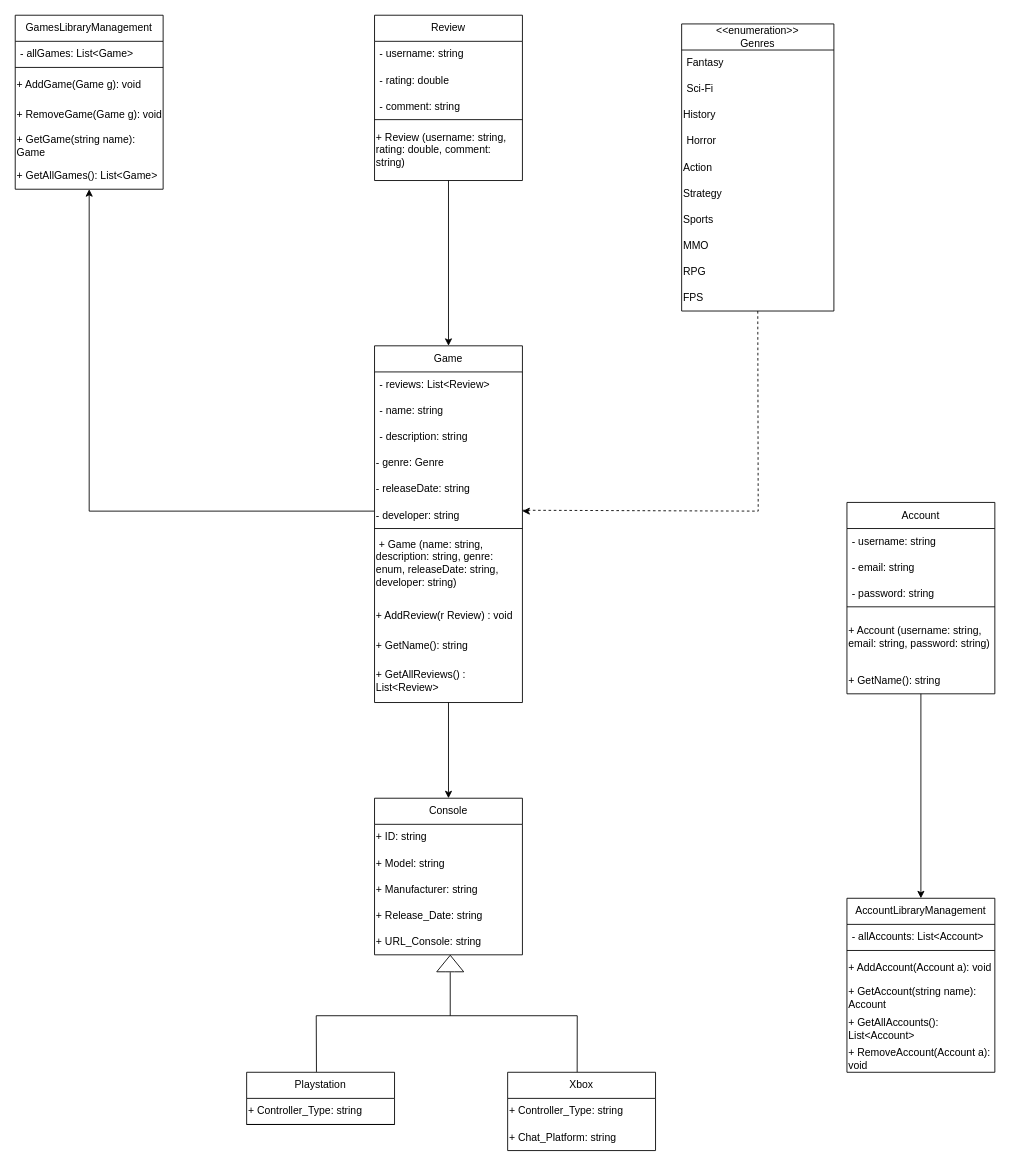
Before: Class Diagram - Hristo Ganchev.drawio in TanzerDx/Playrate, a draw.io diagram. Source tidied: cells renumbered, new cells numbered last; positions are measured from the earlier drawing's top-left corner, leaving out a move shared by most shapes. Both pictures are drawn from the tidied source at 87%, with x=0, y=0 at pixel (15, 15).
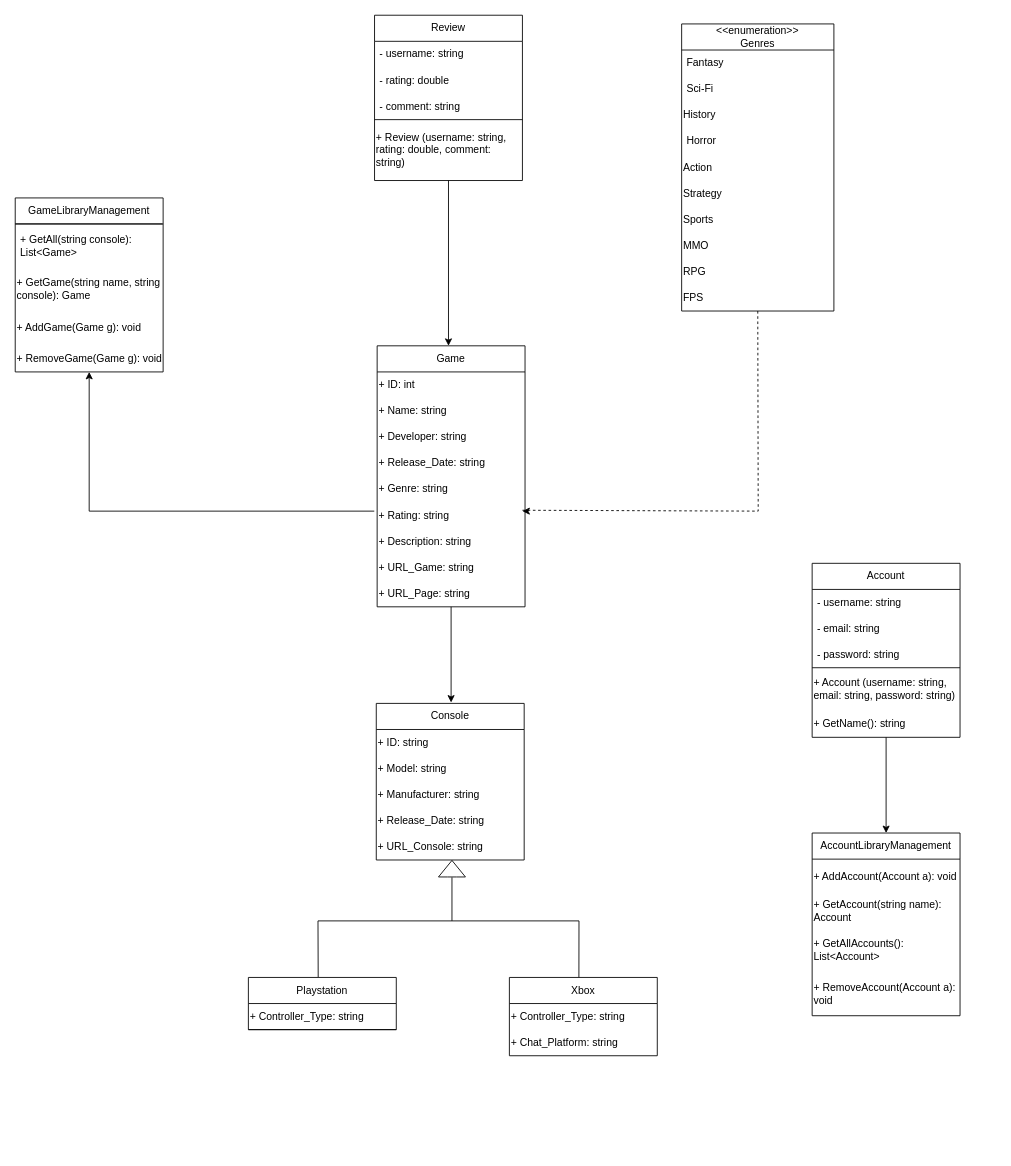
Above is the later version.

Diff of the diagram source:
```diff
@@
-    <mxCell id="2" value="Game" style="swimlane;fontStyle=0;horizontal=1;startSize=30;whiteSpace=wrap;html=1;" parent="1" vertex="1">
-      <mxGeometry x="413" y="380" width="170" height="410" as="geometry" />
-    </mxCell>
-    <mxCell id="3" value="- reviews: List&amp;lt;Review&amp;gt;&amp;nbsp;" style="text;strokeColor=none;fillColor=none;align=left;verticalAlign=middle;spacingLeft=4;spacingRight=4;overflow=hidden;whiteSpace=wrap;html=1;" parent="2" vertex="1">
-      <mxGeometry y="30" width="170" height="30" as="geometry" />
-    </mxCell>
-    <mxCell id="4" value="- name: string" style="text;strokeColor=none;fillColor=none;align=left;verticalAlign=middle;spacingLeft=4;spacingRight=4;overflow=hidden;whiteSpace=wrap;html=1;" parent="2" vertex="1">
-      <mxGeometry y="60" width="170" height="30" as="geometry" />
-    </mxCell>
-    <mxCell id="5" value="- description: string" style="text;strokeColor=none;fillColor=none;align=left;verticalAlign=middle;spacingLeft=4;spacingRight=4;overflow=hidden;whiteSpace=wrap;html=1;" parent="2" vertex="1">
-      <mxGeometry y="90" width="170" height="30" as="geometry" />
-    </mxCell>
-    <mxCell id="6" value="- genre: Genre" style="text;html=1;strokeColor=none;fillColor=none;align=left;verticalAlign=middle;whiteSpace=wrap;rounded=0;" parent="2" vertex="1">
-      <mxGeometry y="120" width="170" height="30" as="geometry" />
-    </mxCell>
-    <mxCell id="7" value="- releaseDate: string" style="text;html=1;strokeColor=none;fillColor=none;align=left;verticalAlign=middle;whiteSpace=wrap;rounded=0;" parent="2" vertex="1">
-      <mxGeometry y="150" width="170" height="30" as="geometry" />
-    </mxCell>
-    <mxCell id="8" value="- developer: string" style="text;html=1;strokeColor=none;fillColor=none;align=left;verticalAlign=middle;whiteSpace=wrap;rounded=0;" parent="2" vertex="1">
-      <mxGeometry y="180" width="170" height="30" as="geometry" />
-    </mxCell>
-    <mxCell id="9" style="endArrow=none;html=1;rounded=0;entryX=1;entryY=0;entryDx=0;entryDy=0;exitX=0;exitY=0;exitDx=0;exitDy=0;" parent="2" edge="1" source="10" target="10">
-      <mxGeometry relative="1" as="geometry" />
-    </mxCell>
-    <mxCell id="10" value="&amp;nbsp;+ Game (name: string, description: string, genre: enum, releaseDate: string, developer: string)" style="text;html=1;strokeColor=none;fillColor=none;align=left;verticalAlign=middle;whiteSpace=wrap;rounded=0;" parent="2" vertex="1">
-      <mxGeometry y="210" width="170" height="80" as="geometry" />
-    </mxCell>
-    <mxCell id="11" value="+ AddReview(r Review) : void" style="text;html=1;strokeColor=none;fillColor=none;align=left;verticalAlign=middle;whiteSpace=wrap;rounded=0;" parent="2" vertex="1">
-      <mxGeometry y="290" width="170" height="40" as="geometry" />
-    </mxCell>
-    <mxCell id="12" value="+ GetName(): string" style="text;html=1;strokeColor=none;fillColor=none;align=left;verticalAlign=middle;whiteSpace=wrap;rounded=0;" parent="2" vertex="1">
-      <mxGeometry y="330" width="170" height="30" as="geometry" />
-    </mxCell>
-    <mxCell id="13" value="+ GetAllReviews() : List&amp;lt;Review&amp;gt;" style="text;html=1;strokeColor=none;fillColor=none;align=left;verticalAlign=middle;whiteSpace=wrap;rounded=0;" parent="2" vertex="1">
-      <mxGeometry y="360" width="170" height="50" as="geometry" />
-    </mxCell>
@@
     <mxCell id="20" value="AccountLibraryManagement" style="swimlane;fontStyle=0;horizontal=1;startSize=30;whiteSpace=wrap;html=1;" parent="1" vertex="1">
-      <mxGeometry x="956" y="1015" width="170" height="200" as="geometry" />
+      <mxGeometry x="916" y="940" width="170" height="210" as="geometry" />
     </mxCell>
-    <mxCell id="21" style="endArrow=none;html=1;rounded=0;exitX=0;exitY=0;exitDx=0;exitDy=0;entryX=1;entryY=0;entryDx=0;entryDy=0;" parent="20" edge="1">
-      <mxGeometry relative="1" as="geometry">
-        <mxPoint y="60" as="sourcePoint" />
-        <mxPoint x="170" y="60" as="targetPoint" />
-      </mxGeometry>
-    </mxCell>
-    <mxCell id="22" value="- allAccounts: List&amp;lt;Account&amp;gt;" style="text;strokeColor=none;fillColor=none;align=left;verticalAlign=middle;spacingLeft=4;spacingRight=4;overflow=hidden;whiteSpace=wrap;html=1;" parent="20" vertex="1">
-      <mxGeometry y="30" width="170" height="30" as="geometry" />
-    </mxCell>
     <mxCell id="23" value="+ AddAccount(Account a): void" style="text;html=1;strokeColor=none;fillColor=none;align=left;verticalAlign=middle;whiteSpace=wrap;rounded=0;" parent="20" vertex="1">
-      <mxGeometry y="60" width="170" height="40" as="geometry" />
+      <mxGeometry y="30" width="170" height="40" as="geometry" />
     </mxCell>
     <mxCell id="24" value="+ GetAccount(string name): Account" style="text;html=1;strokeColor=none;fillColor=none;align=left;verticalAlign=middle;whiteSpace=wrap;rounded=0;" parent="20" vertex="1">
-      <mxGeometry y="100" width="170" height="30" as="geometry" />
+      <mxGeometry y="70" width="170" height="40" as="geometry" />
     </mxCell>
     <mxCell id="25" value="+ GetAllAccounts(): List&amp;lt;Account&amp;gt;" style="text;html=1;strokeColor=none;fillColor=none;align=left;verticalAlign=middle;whiteSpace=wrap;rounded=0;" parent="20" vertex="1">
-      <mxGeometry y="130" width="170" height="40" as="geometry" />
+      <mxGeometry y="110" width="170" height="50" as="geometry" />
     </mxCell>
     <mxCell id="26" value="+ RemoveAccount(Account a): void" style="text;html=1;strokeColor=none;fillColor=none;align=left;verticalAlign=middle;whiteSpace=wrap;rounded=0;" parent="20" vertex="1">
-      <mxGeometry y="170" width="170" height="30" as="geometry" />
+      <mxGeometry y="160" width="170" height="50" as="geometry" />
     </mxCell>
@@
     <mxCell id="41" value="Console" style="swimlane;fontStyle=0;horizontal=1;startSize=30;whiteSpace=wrap;html=1;" parent="1" vertex="1">
-      <mxGeometry x="413" y="900" width="170" height="180" as="geometry" />
+      <mxGeometry x="415" y="791" width="170" height="180" as="geometry" />
     </mxCell>
@@
-    <mxCell id="47" value="GamesLibraryManagement" style="swimlane;fontStyle=0;horizontal=1;startSize=30;whiteSpace=wrap;html=1;" parent="1" vertex="1">
-      <mxGeometry width="170" height="200" as="geometry" />
+    <mxCell id="47" value="GameLibraryManagement" style="swimlane;fontStyle=0;horizontal=1;startSize=30;whiteSpace=wrap;html=1;" parent="1" vertex="1">
+      <mxGeometry y="210" width="170" height="200" as="geometry" />
     </mxCell>
-    <mxCell id="48" style="endArrow=none;html=1;rounded=0;exitX=0;exitY=0;exitDx=0;exitDy=0;entryX=1;entryY=0;entryDx=0;entryDy=0;" parent="47" edge="1" source="50" target="50">
-      <mxGeometry relative="1" as="geometry" />
-    </mxCell>
+    <mxCell id="73" style="endArrow=none;html=1;rounded=0;entryX=0.996;entryY=-0.003;entryDx=0;entryDy=0;entryPerimeter=0;exitX=0.001;exitY=-0.004;exitDx=0;exitDy=0;exitPerimeter=0;" parent="47" edge="1" source="49" target="49">
+      <mxGeometry relative="1" as="geometry" />
+    </mxCell>
-    <mxCell id="49" value="- allGames: List&amp;lt;Game&amp;gt;" style="text;strokeColor=none;fillColor=none;align=left;verticalAlign=middle;spacingLeft=4;spacingRight=4;overflow=hidden;points=[[0,0.5],[1,0.5]];portConstraint=eastwest;whiteSpace=wrap;html=1;" parent="47" vertex="1">
-      <mxGeometry y="30" width="170" height="30" as="geometry" />
+    <mxCell id="49" value="+ GetAll(string console): List&amp;lt;Game&amp;gt;" style="text;strokeColor=none;fillColor=none;align=left;verticalAlign=middle;spacingLeft=4;spacingRight=4;overflow=hidden;points=[[0,0.5],[1,0.5]];portConstraint=eastwest;whiteSpace=wrap;html=1;" parent="47" vertex="1">
+      <mxGeometry y="30" width="170" height="50" as="geometry" />
     </mxCell>
+    <mxCell id="52" value="+ GetGame(string name, string console): Game" style="text;html=1;strokeColor=none;fillColor=none;align=left;verticalAlign=middle;whiteSpace=wrap;rounded=0;" parent="47" vertex="1">
+      <mxGeometry y="80" width="170" height="50" as="geometry" />
+    </mxCell>
     <mxCell id="50" value="+ AddGame(Game g): void" style="text;html=1;strokeColor=none;fillColor=none;align=left;verticalAlign=middle;whiteSpace=wrap;rounded=0;" parent="47" vertex="1">
-      <mxGeometry y="60" width="170" height="40" as="geometry" />
+      <mxGeometry y="130" width="170" height="40" as="geometry" />
     </mxCell>
     <mxCell id="51" value="+ RemoveGame(Game g): void" style="text;html=1;strokeColor=none;fillColor=none;align=left;verticalAlign=middle;whiteSpace=wrap;rounded=0;" parent="47" vertex="1">
-      <mxGeometry y="100" width="170" height="30" as="geometry" />
+      <mxGeometry y="170" width="170" height="30" as="geometry" />
     </mxCell>
-    <mxCell id="52" value="+ GetGame(string name): Game" style="text;html=1;strokeColor=none;fillColor=none;align=left;verticalAlign=middle;whiteSpace=wrap;rounded=0;" parent="47" vertex="1">
-      <mxGeometry y="130" width="170" height="40" as="geometry" />
-    </mxCell>
-    <mxCell id="53" value="+ GetAllGames(): List&amp;lt;Game&amp;gt;" style="text;html=1;strokeColor=none;fillColor=none;align=left;verticalAlign=middle;whiteSpace=wrap;rounded=0;" parent="47" vertex="1">
-      <mxGeometry y="170" width="170" height="30" as="geometry" />
-    </mxCell>
     <mxCell id="54" value="Account" style="swimlane;fontStyle=0;horizontal=1;startSize=30;whiteSpace=wrap;html=1;" parent="1" vertex="1">
-      <mxGeometry x="956" y="560" width="170" height="220" as="geometry" />
+      <mxGeometry x="916" y="630" width="170" height="200" as="geometry" />
     </mxCell>
@@
     <mxCell id="59" value="+ Account (username: string, email: string, password: string)&amp;nbsp;" style="text;html=1;strokeColor=none;fillColor=none;align=left;verticalAlign=middle;whiteSpace=wrap;rounded=0;" parent="54" vertex="1">
-      <mxGeometry y="120" width="170" height="70" as="geometry" />
+      <mxGeometry y="120" width="170" height="50" as="geometry" />
     </mxCell>
     <mxCell id="60" value="+ GetName(): string" style="text;html=1;strokeColor=none;fillColor=none;align=left;verticalAlign=middle;whiteSpace=wrap;rounded=0;" parent="54" vertex="1">
-      <mxGeometry y="190" width="170" height="30" as="geometry" />
+      <mxGeometry y="170" width="170" height="30" as="geometry" />
     </mxCell>
-    <mxCell id="61" style="endArrow=classic;html=1;rounded=0;exitX=-0.002;exitY=0.333;exitDx=0;exitDy=0;entryX=0.5;entryY=1;entryDx=0;entryDy=0;exitPerimeter=0;" parent="1" edge="1" source="8" target="53">
+    <mxCell id="61" style="endArrow=classic;html=1;rounded=0;exitX=-0.002;exitY=0.333;exitDx=0;exitDy=0;entryX=0.5;entryY=1;entryDx=0;entryDy=0;exitPerimeter=0;" parent="1" edge="1" target="51">
       <mxGeometry relative="1" as="geometry">
+        <mxPoint x="412.7" y="570" as="sourcePoint" />
         <Array as="points">
           <mxPoint x="85" y="570" />
         </Array>
       </mxGeometry>
     </mxCell>
@@
     <mxCell id="63" style="shape=flexArrow;endArrow=classic;html=1;rounded=0;entryX=0.5;entryY=1;entryDx=0;entryDy=0;" parent="1" edge="1">
       <mxGeometry relative="1" as="geometry">
-        <mxPoint x="500" y="1100" as="sourcePoint" />
-        <mxPoint x="500" y="1080" as="targetPoint" />
+        <mxPoint x="502" y="991" as="sourcePoint" />
+        <mxPoint x="502" y="971" as="targetPoint" />
       </mxGeometry>
     </mxCell>
     <mxCell id="64" style="endArrow=none;html=1;rounded=0;" parent="1" edge="1">
       <mxGeometry relative="1" as="geometry">
-        <mxPoint x="500" y="1150" as="sourcePoint" />
-        <mxPoint x="500" y="1100" as="targetPoint" />
+        <mxPoint x="502" y="1041" as="sourcePoint" />
+        <mxPoint x="502" y="991" as="targetPoint" />
       </mxGeometry>
     </mxCell>
     <mxCell id="65" style="endArrow=none;html=1;rounded=0;entryX=0.472;entryY=-0.007;entryDx=0;entryDy=0;entryPerimeter=0;exitX=0.47;exitY=-0.002;exitDx=0;exitDy=0;exitPerimeter=0;" parent="1" edge="1" source="69" target="66">
       <mxGeometry relative="1" as="geometry">
         <Array as="points">
-          <mxPoint x="646" y="1150" />
-          <mxPoint x="346" y="1150" />
+          <mxPoint x="648" y="1041" />
+          <mxPoint x="348" y="1041" />
         </Array>
       </mxGeometry>
     </mxCell>
     <mxCell id="66" value="Playstation" style="swimlane;fontStyle=0;horizontal=1;startSize=30;whiteSpace=wrap;html=1;" parent="1" vertex="1">
-      <mxGeometry x="266" y="1215" width="170" height="60" as="geometry" />
+      <mxGeometry x="268" y="1106" width="170" height="60" as="geometry" />
     </mxCell>
@@
     <mxCell id="69" value="Xbox" style="swimlane;fontStyle=0;horizontal=1;startSize=30;whiteSpace=wrap;html=1;" parent="1" vertex="1">
-      <mxGeometry x="566" y="1215" width="170" height="90" as="geometry" />
+      <mxGeometry x="568" y="1106" width="170" height="90" as="geometry" />
     </mxCell>
@@
-    <mxCell id="72" style="endArrow=classic;html=1;rounded=0;exitX=0.5;exitY=1;exitDx=0;exitDy=0;entryX=0.5;entryY=0;entryDx=0;entryDy=0;" parent="1" edge="1" source="13" target="41">
-      <mxGeometry relative="1" as="geometry" />
+    <mxCell id="72" style="endArrow=classic;html=1;rounded=0;exitX=0.5;exitY=1;exitDx=0;exitDy=0;" parent="1" edge="1" source="82">
+      <mxGeometry relative="1" as="geometry">
+        <mxPoint x="501" y="790" as="targetPoint" />
+      </mxGeometry>
     </mxCell>
+    <mxCell id="2" value="Game" style="swimlane;fontStyle=0;horizontal=1;startSize=30;whiteSpace=wrap;html=1;" parent="1" vertex="1">
+      <mxGeometry x="416" y="380" width="170" height="300" as="geometry" />
+    </mxCell>
+    <mxCell id="74" value="+ ID: int" style="text;html=1;strokeColor=none;fillColor=none;align=left;verticalAlign=middle;whiteSpace=wrap;rounded=0;" parent="2" vertex="1">
+      <mxGeometry y="30" width="170" height="30" as="geometry" />
+    </mxCell>
+    <mxCell id="75" value="+ Name: string" style="text;html=1;strokeColor=none;fillColor=none;align=left;verticalAlign=middle;whiteSpace=wrap;rounded=0;" parent="2" vertex="1">
+      <mxGeometry y="60" width="170" height="30" as="geometry" />
+    </mxCell>
+    <mxCell id="76" value="+ Developer: string" style="text;html=1;strokeColor=none;fillColor=none;align=left;verticalAlign=middle;whiteSpace=wrap;rounded=0;" parent="2" vertex="1">
+      <mxGeometry y="90" width="170" height="30" as="geometry" />
+    </mxCell>
+    <mxCell id="77" value="+ Release_Date: string" style="text;html=1;strokeColor=none;fillColor=none;align=left;verticalAlign=middle;whiteSpace=wrap;rounded=0;" parent="2" vertex="1">
+      <mxGeometry y="120" width="170" height="30" as="geometry" />
+    </mxCell>
+    <mxCell id="78" value="+ Genre: string" style="text;html=1;strokeColor=none;fillColor=none;align=left;verticalAlign=middle;whiteSpace=wrap;rounded=0;" parent="2" vertex="1">
+      <mxGeometry y="150" width="170" height="30" as="geometry" />
+    </mxCell>
+    <mxCell id="79" value="+ Rating: string" style="text;html=1;strokeColor=none;fillColor=none;align=left;verticalAlign=middle;whiteSpace=wrap;rounded=0;" parent="2" vertex="1">
+      <mxGeometry y="180" width="170" height="30" as="geometry" />
+    </mxCell>
+    <mxCell id="80" value="+ Description: string" style="text;html=1;strokeColor=none;fillColor=none;align=left;verticalAlign=middle;whiteSpace=wrap;rounded=0;" parent="2" vertex="1">
+      <mxGeometry y="210" width="170" height="30" as="geometry" />
+    </mxCell>
+    <mxCell id="81" value="+ URL_Game: string" style="text;html=1;strokeColor=none;fillColor=none;align=left;verticalAlign=middle;whiteSpace=wrap;rounded=0;" parent="2" vertex="1">
+      <mxGeometry y="240" width="170" height="30" as="geometry" />
+    </mxCell>
+    <mxCell id="82" value="+ URL_Page: string" style="text;html=1;strokeColor=none;fillColor=none;align=left;verticalAlign=middle;whiteSpace=wrap;rounded=0;" parent="2" vertex="1">
+      <mxGeometry y="270" width="170" height="30" as="geometry" />
+    </mxCell>
```
